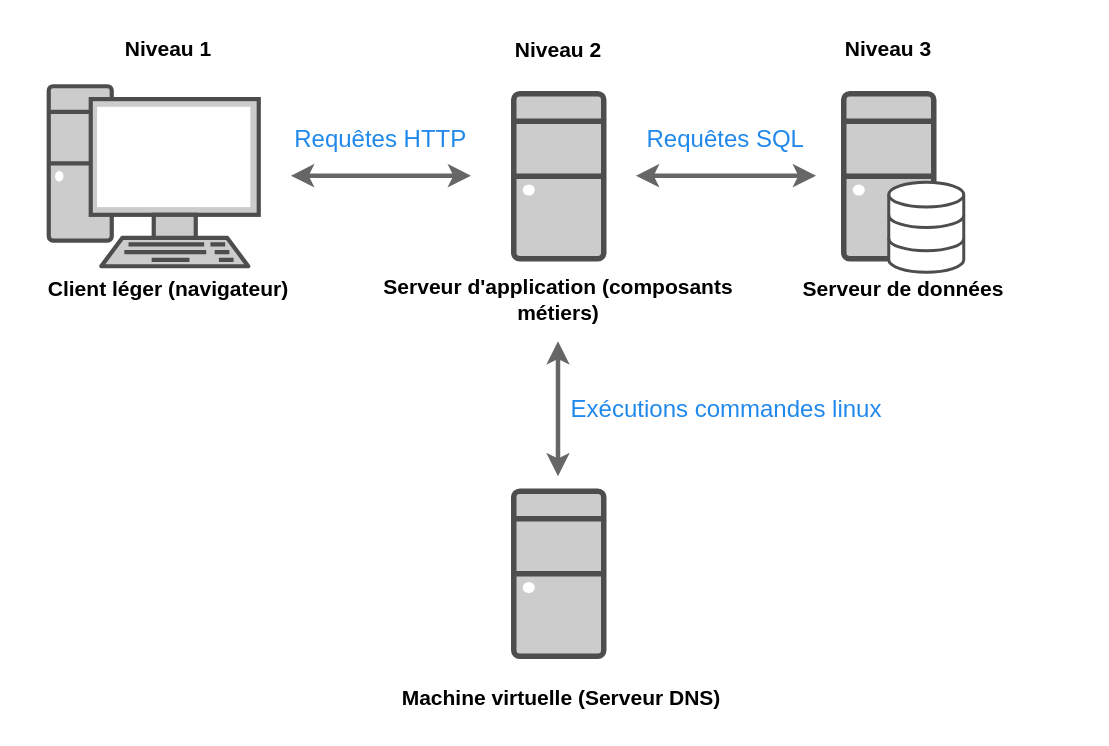
The draw.io diagram ArchitecturePhysique.drawio in eya-harbaoui/Diagramms, before the edit. Source tidied: cells renumbered, new cells numbered last; positions are measured from the earlier drawing's top-left corner, leaving out a move shared by most shapes. Both pictures are drawn from the tidied source at 150%, with x=0, y=0 at pixel (26, 26).
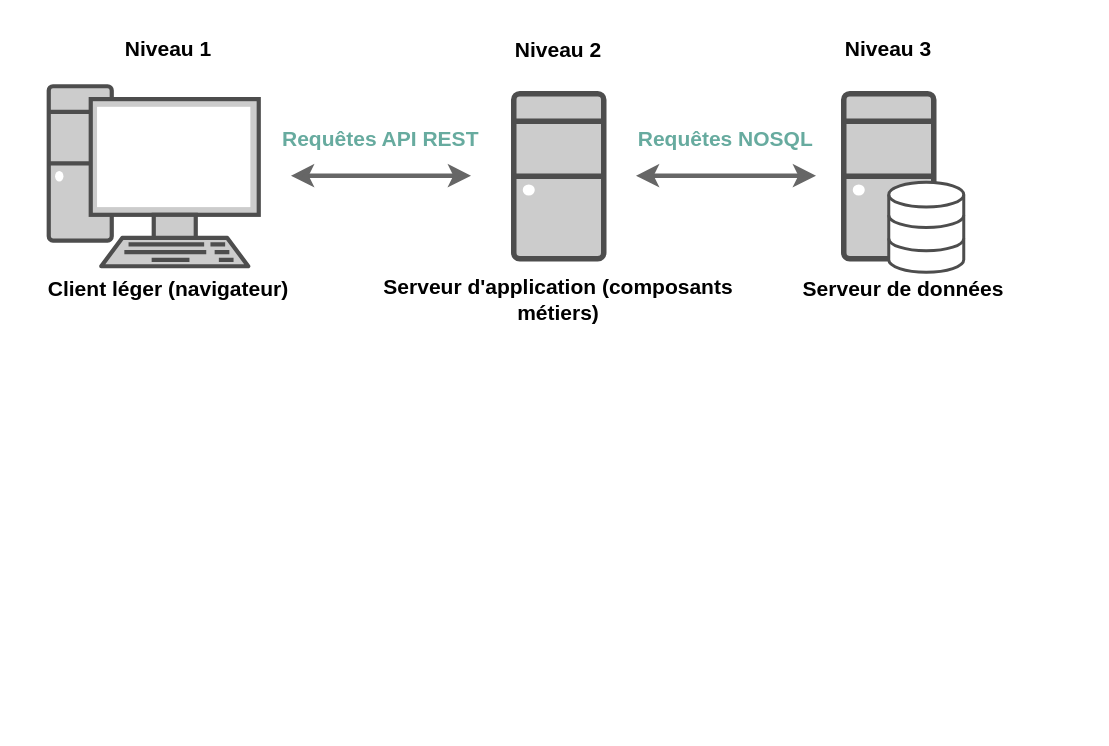
After the change.

Commit message:
Mettre à jour ArchitecturePhysique.drawio

The edit, as a diff of the source:
```diff
@@
-    <mxCell id="4" style="fontColor=#0066CC;verticalAlign=top;verticalLabelPosition=bottom;labelPosition=center;align=center;html=1;fillColor=#CCCCCC;strokeColor=#4D4D4D;gradientColor=none;gradientDirection=north;strokeWidth=2;shape=mxgraph.networks.desktop_pc;" parent="1" vertex="1">
-      <mxGeometry x="325" y="310" width="60" height="110" as="geometry" />
-    </mxCell>
@@
-    <mxCell id="7" value="&lt;font color=&quot;#2089eb&quot; size=&quot;1&quot;&gt;&lt;span style=&quot;font-size: 16px;&quot;&gt;Requêtes HTTP&lt;/span&gt;&lt;/font&gt;" style="text;html=1;align=center;verticalAlign=middle;whiteSpace=wrap;rounded=0;" parent="1" vertex="1">
+    <mxCell id="7" value="&lt;font color=&quot;#67ab9f&quot; size=&quot;1&quot;&gt;&lt;b style=&quot;font-size: 14px;&quot;&gt;Requêtes API REST&lt;/b&gt;&lt;/font&gt;" style="text;html=1;align=center;verticalAlign=middle;whiteSpace=wrap;rounded=0;" parent="1" vertex="1">
       <mxGeometry x="155" y="60" width="163" height="30" as="geometry" />
     </mxCell>
-    <mxCell id="8" value="&lt;font color=&quot;#2089eb&quot; size=&quot;1&quot;&gt;&lt;span style=&quot;font-size: 16px;&quot;&gt;Requêtes SQL&lt;/span&gt;&lt;/font&gt;" style="text;html=1;align=center;verticalAlign=middle;whiteSpace=wrap;rounded=0;" parent="1" vertex="1">
+    <mxCell id="8" value="&lt;font color=&quot;#67ab9f&quot; style=&quot;font-size: 14px;&quot;&gt;&lt;b style=&quot;&quot;&gt;Requêtes NOSQL&lt;/b&gt;&lt;/font&gt;" style="text;html=1;align=center;verticalAlign=middle;whiteSpace=wrap;rounded=0;" parent="1" vertex="1">
       <mxGeometry x="385" y="60" width="163" height="30" as="geometry" />
     </mxCell>
@@
-    <mxCell id="14" style="endArrow=classic;startArrow=classic;html=1;rounded=0;strokeWidth=3;strokeColor=#666666;" parent="1" edge="1">
-      <mxGeometry relative="1" as="geometry">
-        <mxPoint x="354.5" y="210" as="sourcePoint" />
-        <mxPoint x="354.5" y="300" as="targetPoint" />
-      </mxGeometry>
-    </mxCell>
@@
-    <mxCell id="18" value="&lt;font style=&quot;font-size: 14px;&quot;&gt;&lt;b&gt;Machine virtuelle (Serveur DNS)&lt;/b&gt;&lt;/font&gt;" style="text;html=1;align=center;verticalAlign=middle;whiteSpace=wrap;rounded=0;" parent="1" vertex="1">
-      <mxGeometry x="237" y="433" width="240" height="30" as="geometry" />
-    </mxCell>
-    <mxCell id="19" value="&lt;font color=&quot;#2089eb&quot; size=&quot;1&quot;&gt;&lt;span style=&quot;font-size: 16px;&quot;&gt;Exécutions commandes linux&lt;/span&gt;&lt;/font&gt;" style="text;html=1;align=center;verticalAlign=middle;whiteSpace=wrap;rounded=0;" parent="1" vertex="1">
-      <mxGeometry x="331.5" y="240" width="270" height="30" as="geometry" />
-    </mxCell>
```
